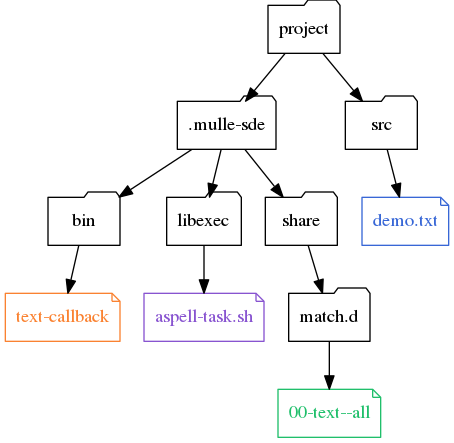
The Graphviz diagram dox/mulle-sde-extension.png in mulle-sde/mulle-sde, before a commit. Its source is kept beside it as dox/mulle-sde-extension.dot.
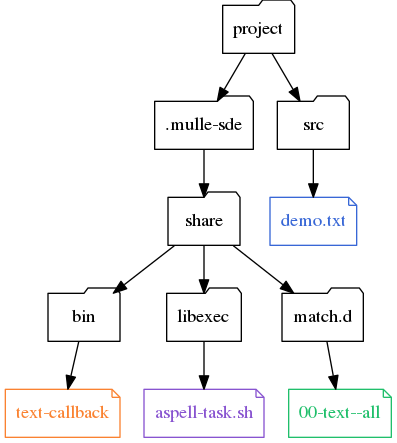
The same file after the commit.

Change to the diagram source:
```diff
@@ -5,16 +5,18 @@
 
     { rank = same;  "project" };
     { rank = same;  ".mulle-sde", "src" };
-    { rank = same;  "bin", "libexec", "share"}
+    { rank = same;  "share" };
+    { rank = same;  "bin", "libexec" }
     { rank = same;  "match.d" }
 
     "project"
     "project" -> ".mulle-sde"
     "project" -> "src"
 
-    ".mulle-sde" -> "bin"
     ".mulle-sde" -> "share"
-    ".mulle-sde" -> "libexec"
+
+    "share" -> "bin"
+    "share" -> "libexec"
 
     "src"   -> "demo.txt"
     "bin"   -> "text-callback"
```
